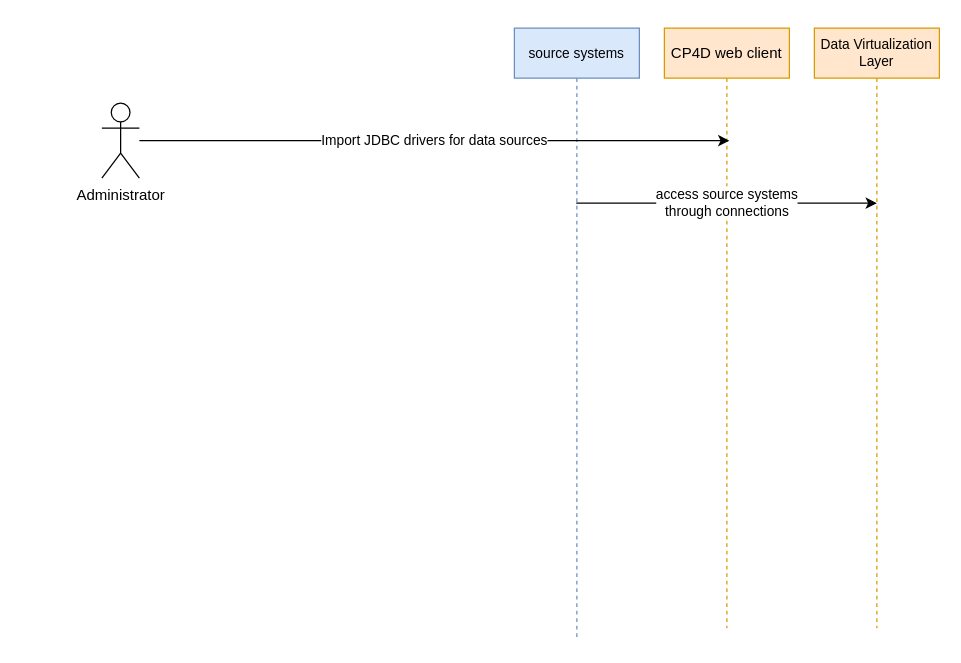
Earlier version of the draw.io diagram dv.drawio (kanchantewary/CloudPakForData). Source tidied: cells renumbered, new cells numbered last; positions are measured from the earlier drawing's top-left corner, leaving out a move shared by most shapes. Both pictures are drawn from the tidied source at 125%, with x=0, y=0 at pixel (101, 28).
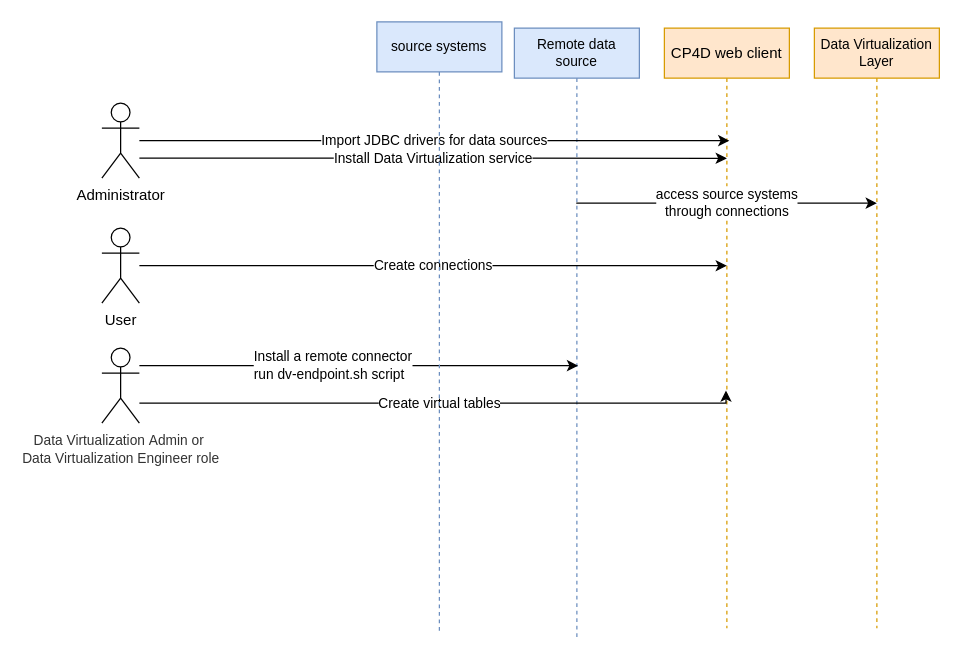
After the change.

The change refers to these unchanged cells:
```xml
<mxCell id="2" value="CP4D web client" style="shape=umlLifeline;perimeter=lifelinePerimeter;whiteSpace=wrap;html=1;outlineConnect=0;fillColor=#ffe6cc;strokeColor=#d79b00;" parent="1" vertex="1">
  <mxGeometry x="450" width="100" height="480" as="geometry" />
</mxCell>
<mxCell id="7" value="Administrator" style="shape=umlActor;verticalLabelPosition=bottom;verticalAlign=top;html=1;outlineConnect=0;" parent="1" vertex="1">
  <mxGeometry y="60" width="30" height="60" as="geometry" />
</mxCell>
```

Diff of the diagram source:
```diff
@@
-    <mxCell id="4" value="source systems" style="shape=umlLifeline;perimeter=lifelinePerimeter;whiteSpace=wrap;html=1;outlineConnect=0;fillColor=#dae8fc;strokeColor=#6c8ebf;fontSize=11;" parent="1" vertex="1">
+    <mxCell id="4" value="Remote data source" style="shape=umlLifeline;perimeter=lifelinePerimeter;whiteSpace=wrap;html=1;outlineConnect=0;fillColor=#dae8fc;strokeColor=#6c8ebf;fontSize=11;" parent="1" vertex="1">
       <mxGeometry x="330" width="100" height="490" as="geometry" />
     </mxCell>
@@
+    <mxCell id="8" value="Install Data Virtualization service" style="edgeStyle=orthogonalEdgeStyle;rounded=0;jettySize=auto;html=1;entryX=0.5;entryY=0.217;entryDx=0;entryDy=0;entryPerimeter=0;" parent="1" edge="1" source="7" target="2">
+      <mxGeometry relative="1" as="geometry">
+        <Array as="points">
+          <mxPoint x="140" y="104" />
+          <mxPoint x="140" y="104" />
+        </Array>
+      </mxGeometry>
+    </mxCell>
+    <mxCell id="9" value="Install a remote connector&lt;br&gt;&lt;span class=&quot;ph filepath&quot;&gt;run dv-endpoint.sh&amp;nbsp;&lt;/span&gt;script" style="edgeStyle=orthogonalEdgeStyle;rounded=0;jettySize=auto;html=1;align=left;" parent="1" edge="1" source="13">
+      <mxGeometry x="-0.2" y="-50" relative="1" as="geometry">
+        <mxPoint x="381" y="270" as="targetPoint" />
+        <Array as="points">
+          <mxPoint x="170" y="270" />
+          <mxPoint x="170" y="270" />
+        </Array>
+        <mxPoint x="-50" y="-50" as="offset" />
+      </mxGeometry>
+    </mxCell>
@@
+    <mxCell id="10" value="Create connections" style="edgeStyle=orthogonalEdgeStyle;rounded=0;jettySize=auto;html=1;entryX=0.5;entryY=0.396;entryDx=0;entryDy=0;entryPerimeter=0;" parent="1" edge="1" source="11" target="2">
+      <mxGeometry relative="1" as="geometry" />
+    </mxCell>
+    <mxCell id="11" value="User" style="shape=umlActor;verticalLabelPosition=bottom;verticalAlign=top;html=1;outlineConnect=0;" parent="1" vertex="1">
+      <mxGeometry y="160" width="30" height="60" as="geometry" />
+    </mxCell>
+    <mxCell id="12" value="Create virtual tables" style="edgeStyle=orthogonalEdgeStyle;rounded=0;jettySize=auto;html=1;entryX=0.493;entryY=0.604;entryDx=0;entryDy=0;entryPerimeter=0;" parent="1" edge="1" source="13" target="2">
+      <mxGeometry relative="1" as="geometry">
+        <Array as="points">
+          <mxPoint x="499" y="300" />
+        </Array>
+      </mxGeometry>
+    </mxCell>
+    <mxCell id="13" value="&lt;font style=&quot;font-size: 11px&quot;&gt;&lt;span class=&quot;keyword&quot; style=&quot;margin: 0px ; padding: 0px ; border: 0px ; vertical-align: baseline ; color: rgb(50 , 50 , 50) ; font-family: , &amp;#34;helvetica neue&amp;#34; , &amp;#34;arial&amp;#34; , sans-serif ; background-color: rgb(255 , 255 , 255)&quot;&gt;Data Virtualization&lt;/span&gt;&lt;span style=&quot;color: rgb(50 , 50 , 50) ; font-family: , &amp;#34;helvetica neue&amp;#34; , &amp;#34;arial&amp;#34; , sans-serif ; background-color: rgb(255 , 255 , 255)&quot;&gt;&amp;nbsp;Admin or&amp;nbsp;&lt;br&gt;&lt;/span&gt;&lt;span class=&quot;keyword&quot; style=&quot;margin: 0px ; padding: 0px ; border: 0px ; vertical-align: baseline ; color: rgb(50 , 50 , 50) ; font-family: , &amp;#34;helvetica neue&amp;#34; , &amp;#34;arial&amp;#34; , sans-serif ; background-color: rgb(255 , 255 , 255)&quot;&gt;Data Virtualization&lt;/span&gt;&lt;span style=&quot;color: rgb(50 , 50 , 50) ; font-family: , &amp;#34;helvetica neue&amp;#34; , &amp;#34;arial&amp;#34; , sans-serif ; background-color: rgb(255 , 255 , 255)&quot;&gt;&amp;nbsp;Engineer role&lt;/span&gt;&lt;/font&gt;" style="shape=umlActor;verticalLabelPosition=bottom;verticalAlign=top;html=1;outlineConnect=0;" parent="1" vertex="1">
+      <mxGeometry y="256" width="30" height="60" as="geometry" />
+    </mxCell>
+    <mxCell id="14" value="source systems" style="shape=umlLifeline;perimeter=lifelinePerimeter;whiteSpace=wrap;html=1;fillColor=#dae8fc;strokeColor=#6c8ebf;fontSize=11;" parent="1" vertex="1">
+      <mxGeometry x="220" y="-5" width="100" height="490" as="geometry" />
+    </mxCell>
```
